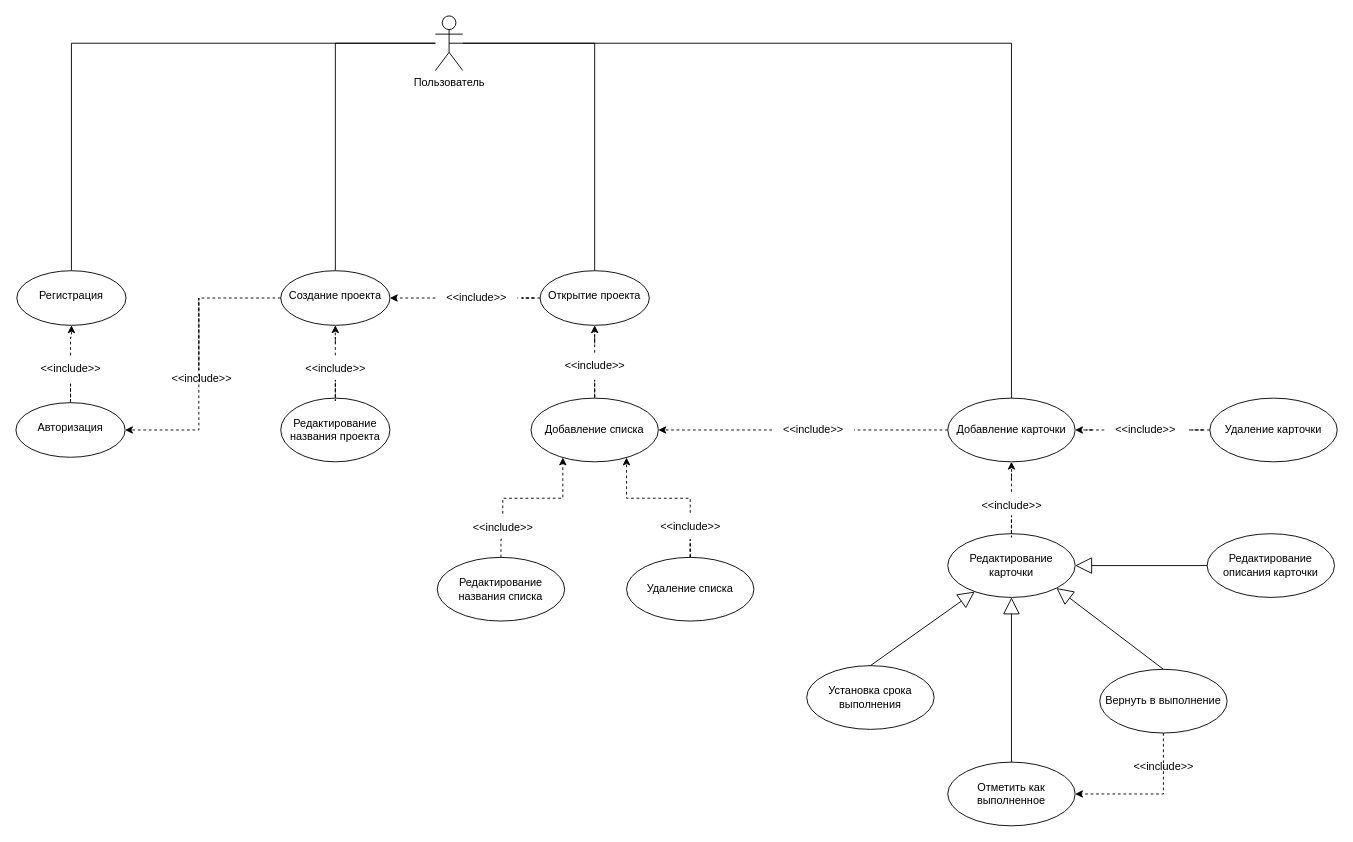
This is Диаграмма без названия.drawio from djhsgfjk/computer_vision, a draw.io file, before an edit. Source tidied: cells renumbered, new cells numbered last; positions are measured from the earlier drawing's top-left corner, leaving out a move shared by most shapes. Both pictures are drawn from the tidied source at 91%, with x=0, y=0 at pixel (15, 15).
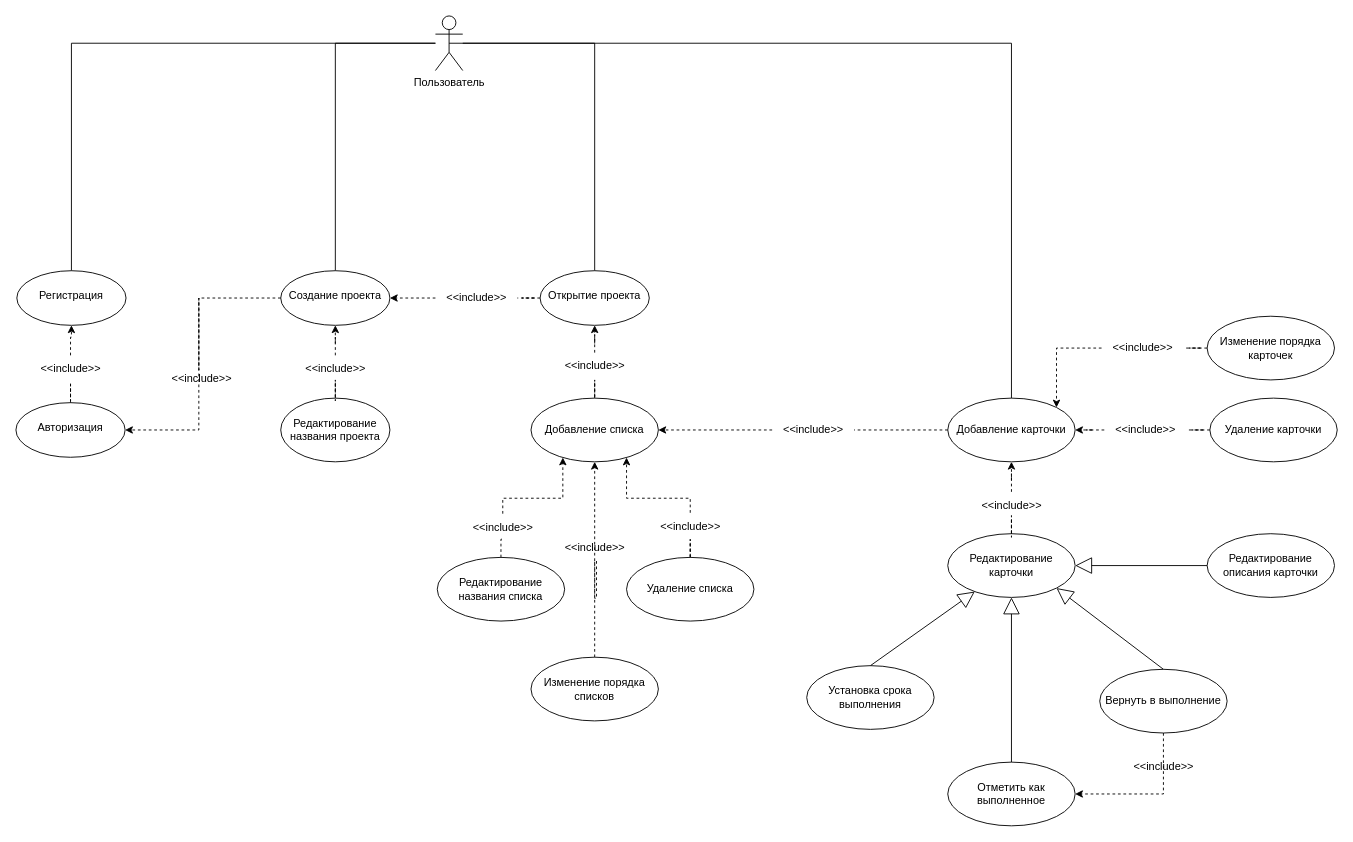
Above is the later version.

The change refers to these unchanged cells:
```xml
<mxCell id="16" value="Добавление списка" style="ellipse;whiteSpace=wrap;html=1;" parent="1" vertex="1">
  <mxGeometry x="566" y="420" width="140" height="70" as="geometry" />
</mxCell>
<mxCell id="22" value="Добавление карточки" style="ellipse;whiteSpace=wrap;html=1;" parent="1" vertex="1">
  <mxGeometry x="1024" y="420" width="140" height="70" as="geometry" />
</mxCell>
```

What changed in the source:
```diff
@@
+    <mxCell id="59" style="edgeStyle=orthogonalEdgeStyle;rounded=0;jettySize=auto;html=1;dashed=1;startArrow=none;entryX=0.5;entryY=1;entryDx=0;entryDy=0;" parent="1" edge="1" source="61" target="16">
+      <mxGeometry relative="1" as="geometry">
+        <Array as="points">
+          <mxPoint x="638" y="640" />
+          <mxPoint x="636" y="640" />
+        </Array>
+      </mxGeometry>
+    </mxCell>
+    <mxCell id="60" value="Изменение порядка списков" style="ellipse;whiteSpace=wrap;html=1;" parent="1" vertex="1">
+      <mxGeometry x="566" y="704.7" width="140" height="70" as="geometry" />
+    </mxCell>
+    <mxCell id="61" value="&amp;lt;&amp;lt;include&amp;gt;&amp;gt;" style="text;html=1;align=center;verticalAlign=middle;points=[];strokeColor=none;fillColor=none;" parent="1" vertex="1">
+      <mxGeometry x="591" y="569" width="90" height="30" as="geometry" />
+    </mxCell>
+    <mxCell id="62" style="edgeStyle=orthogonalEdgeStyle;rounded=0;jettySize=auto;html=1;entryX=0.5;entryY=1;entryDx=0;entryDy=0;dashed=1;endArrow=none;" parent="1" edge="1" source="60" target="61">
+      <mxGeometry relative="1" as="geometry" />
+    </mxCell>
+    <mxCell id="63" style="edgeStyle=orthogonalEdgeStyle;rounded=0;jettySize=auto;html=1;entryX=1;entryY=0;entryDx=0;entryDy=0;dashed=1;startArrow=none;" parent="1" edge="1" source="65" target="22">
+      <mxGeometry relative="1" as="geometry" />
+    </mxCell>
+    <mxCell id="64" value="Изменение порядка карточек" style="ellipse;whiteSpace=wrap;html=1;" parent="1" vertex="1">
+      <mxGeometry x="1309" y="330" width="140" height="70" as="geometry" />
+    </mxCell>
+    <mxCell id="65" value="&amp;lt;&amp;lt;include&amp;gt;&amp;gt;" style="text;html=1;align=center;verticalAlign=middle;points=[];strokeColor=none;fillColor=none;" parent="1" vertex="1">
+      <mxGeometry x="1193" y="350" width="90" height="30" as="geometry" />
+    </mxCell>
+    <mxCell id="66" style="edgeStyle=orthogonalEdgeStyle;rounded=0;jettySize=auto;html=1;entryX=1;entryY=0.5;entryDx=0;entryDy=0;dashed=1;endArrow=none;" parent="1" edge="1" source="64" target="65">
+      <mxGeometry relative="1" as="geometry" />
+    </mxCell>
```
